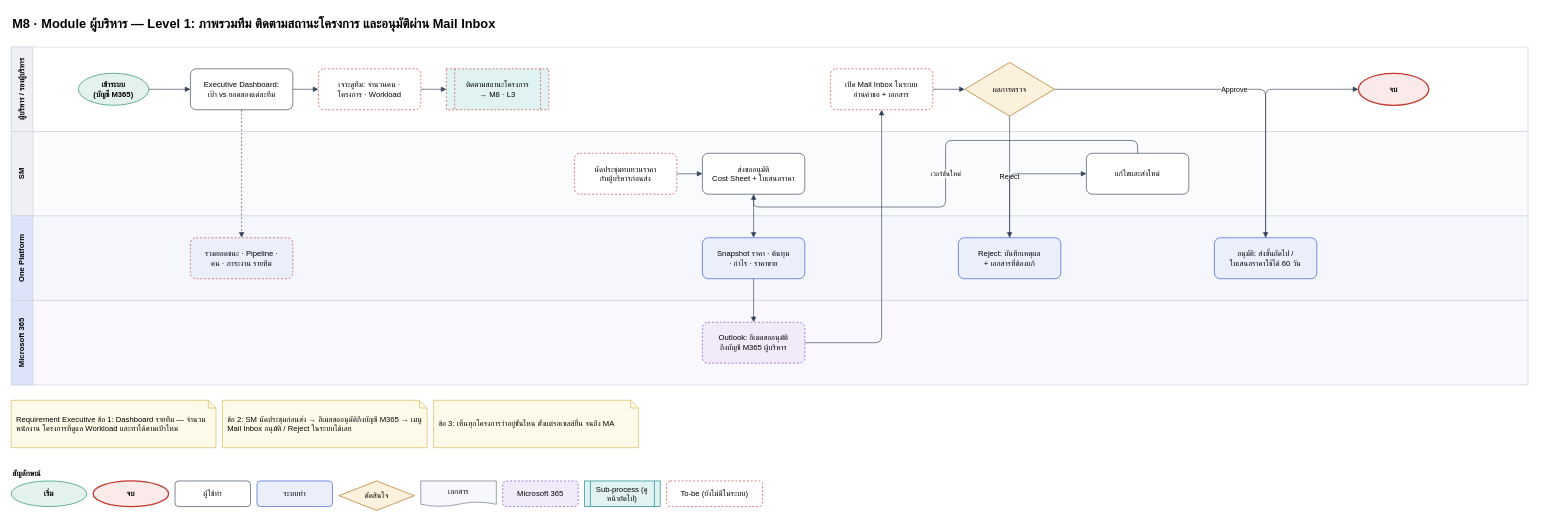
Earlier version of the draw.io diagram page "M8 Executive · L1" (31 of 35) of salesflow/docs/diagrams/one-platform-flows.drawio (Ruttanachote/Ai). Source tidied: cells renumbered, new cells numbered last; positions are measured from the earlier drawing's top-left corner, leaving out a move shared by most shapes. Both pictures are drawn from the tidied source at 64%, with x=0, y=0 at pixel (11, 11).
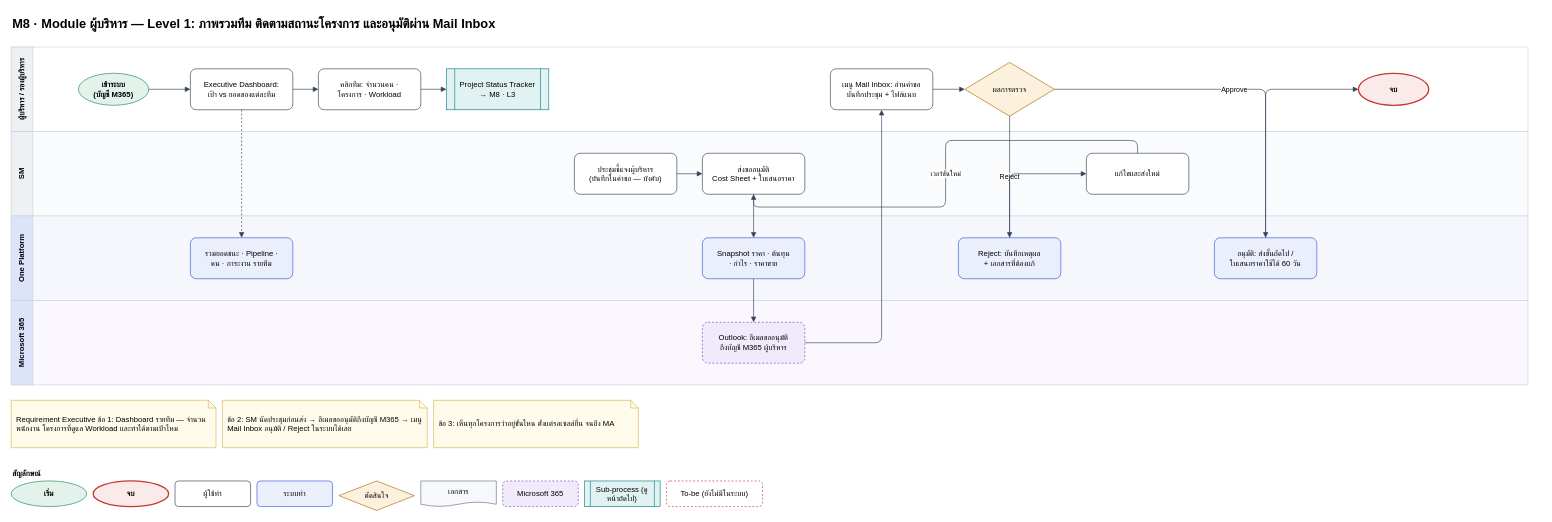
After the change.

What changed in the source:
```diff
@@
-    <mxCell id="13" value="รวมยอดชนะ · Pipeline ·&lt;br&gt;คน · ภาระงาน รายทีม" style="rounded=1;whiteSpace=wrap;html=1;fillColor=#EBEFFC;strokeColor=#3457D5;arcSize=14;fontFamily=Prompt;dashed=1;strokeColor=#C4382F;" parent="1" vertex="1">
+    <mxCell id="13" value="รวมยอดชนะ · Pipeline ·&lt;br&gt;คน · ภาระงาน รายทีม" style="rounded=1;whiteSpace=wrap;html=1;fillColor=#EBEFFC;strokeColor=#3457D5;arcSize=14;fontFamily=Prompt;" parent="1" vertex="1">
       <mxGeometry x="280" y="354" width="160" height="64" as="geometry" />
     </mxCell>
-    <mxCell id="14" value="เจาะดูทีม: จำนวนคน ·&lt;br&gt;โครงการ · Workload" style="rounded=1;whiteSpace=wrap;html=1;fillColor=#FFFFFF;strokeColor=#334055;arcSize=14;fontFamily=Prompt;dashed=1;strokeColor=#C4382F;" parent="1" vertex="1">
+    <mxCell id="14" value="คลิกทีม: จำนวนคน ·&lt;br&gt;โครงการ · Workload" style="rounded=1;whiteSpace=wrap;html=1;fillColor=#FFFFFF;strokeColor=#334055;arcSize=14;fontFamily=Prompt;" parent="1" vertex="1">
       <mxGeometry x="480" y="90" width="160" height="64" as="geometry" />
     </mxCell>
-    <mxCell id="15" value="ติดตามสถานะโครงการ&lt;br&gt;→ M8 · L3" style="shape=process;whiteSpace=wrap;html=1;backgroundOutline=1;fillColor=#E1F2F3;strokeColor=#0F7F86;size=0.08;fontFamily=Prompt;dashed=1;strokeColor=#C4382F;" parent="1" vertex="1">
+    <mxCell id="15" value="Project Status Tracker&lt;br&gt;→ M8 · L3" style="shape=process;whiteSpace=wrap;html=1;backgroundOutline=1;fillColor=#E1F2F3;strokeColor=#0F7F86;size=0.08;fontFamily=Prompt;" parent="1" vertex="1">
       <mxGeometry x="680" y="90" width="160" height="64" as="geometry" />
     </mxCell>
-    <mxCell id="16" value="นัดประชุมทบทวนราคา&lt;br&gt;กับผู้บริหารก่อนส่ง" style="rounded=1;whiteSpace=wrap;html=1;fillColor=#FFFFFF;strokeColor=#334055;arcSize=14;fontFamily=Prompt;dashed=1;strokeColor=#C4382F;" parent="1" vertex="1">
+    <mxCell id="16" value="ประชุมชี้แจงผู้บริหาร&lt;br&gt;(บันทึกในคำขอ — บังคับ)" style="rounded=1;whiteSpace=wrap;html=1;fillColor=#FFFFFF;strokeColor=#334055;arcSize=14;fontFamily=Prompt;" parent="1" vertex="1">
       <mxGeometry x="880" y="222" width="160" height="64" as="geometry" />
     </mxCell>
@@
-    <mxCell id="20" value="เปิด Mail Inbox ในระบบ&lt;br&gt;อ่านคำขอ + เอกสาร" style="rounded=1;whiteSpace=wrap;html=1;fillColor=#FFFFFF;strokeColor=#334055;arcSize=14;fontFamily=Prompt;dashed=1;strokeColor=#C4382F;" parent="1" vertex="1">
+    <mxCell id="20" value="เมนู Mail Inbox: อ่านคำขอ&lt;br&gt;บันทึกประชุม + ไฟล์แนบ" style="rounded=1;whiteSpace=wrap;html=1;fillColor=#FFFFFF;strokeColor=#334055;arcSize=14;fontFamily=Prompt;" parent="1" vertex="1">
       <mxGeometry x="1280" y="90" width="160" height="64" as="geometry" />
     </mxCell>
```
